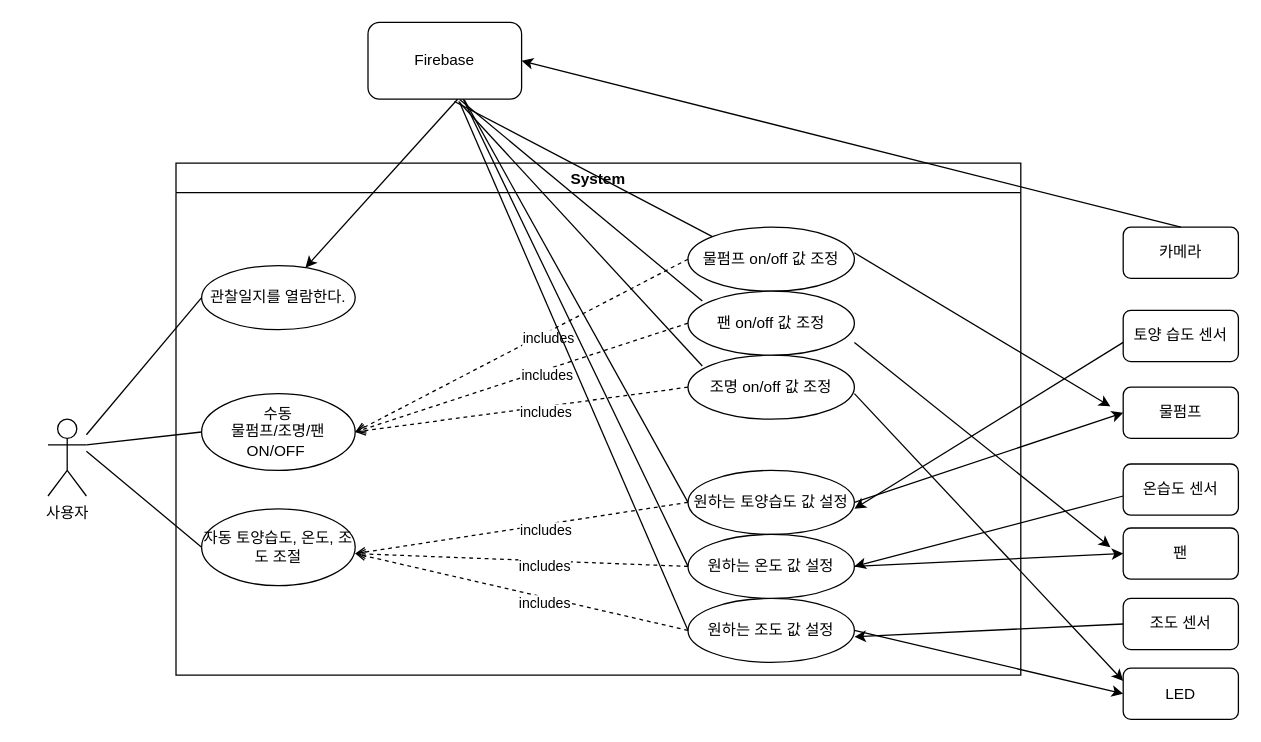
Earlier version of the draw.io diagram 4주차/유스케이스.drawio (sonmyungwon/Software-Development). Source tidied: cells renumbered, new cells numbered last; positions are measured from the earlier drawing's top-left corner, leaving out a move shared by most shapes. Both pictures are drawn from the tidied source at 128%, with x=0, y=0 at pixel (47, 22).
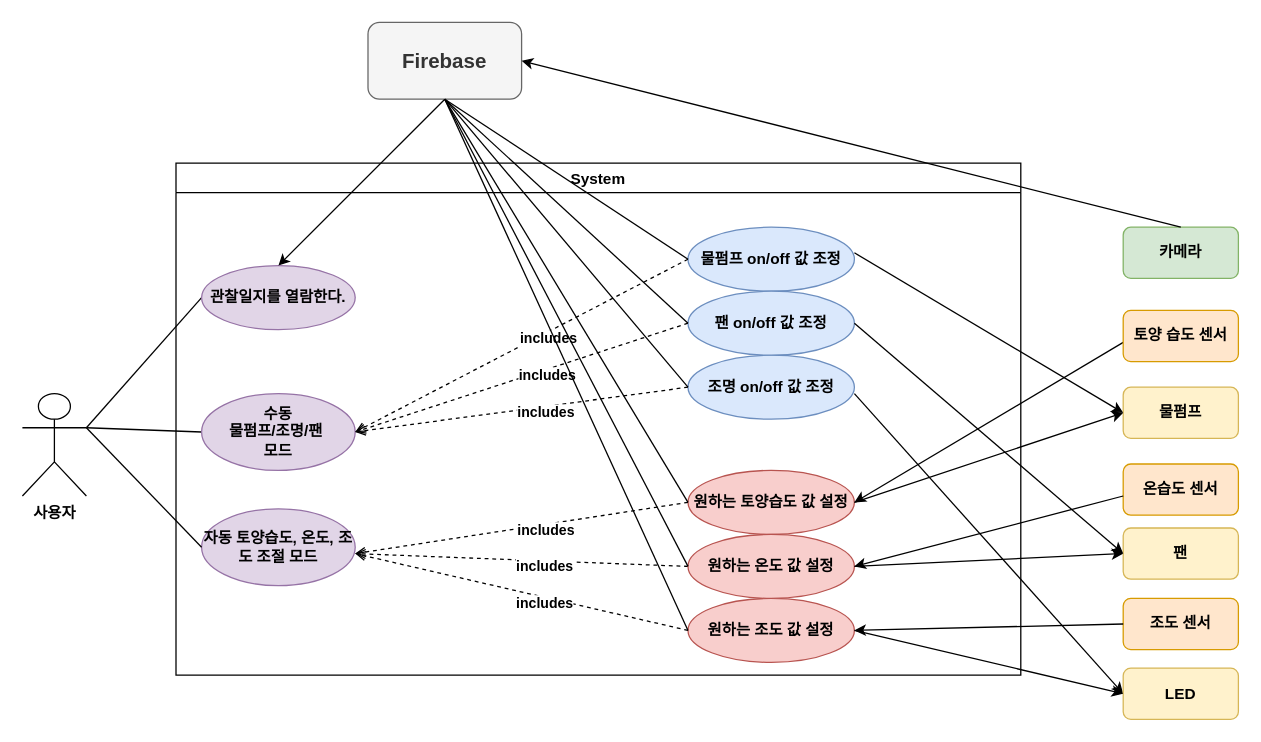
The same diagram, later.

Commit message:
유스케이스.drawio 업데이트

What changed in the source:
```diff
@@
-    <mxCell id="2" value="사용자" style="shape=umlActor;verticalLabelPosition=bottom;verticalAlign=top;html=1;outlineConnect=0;" parent="1" vertex="1">
-      <mxGeometry y="310" width="30" height="60" as="geometry" />
+    <mxCell id="2" value="사용자" style="shape=umlActor;verticalLabelPosition=bottom;verticalAlign=top;html=1;outlineConnect=0;fontStyle=1;" parent="1" vertex="1">
+      <mxGeometry x="-20" y="290" width="50" height="80" as="geometry" />
     </mxCell>
-    <mxCell id="3" value="온습도 센서" style="rounded=1;whiteSpace=wrap;html=1;" parent="1" vertex="1">
+    <mxCell id="3" value="온습도 센서" style="rounded=1;whiteSpace=wrap;html=1;fontStyle=1;fillColor=#ffe6cc;strokeColor=#d79b00;" parent="1" vertex="1">
       <mxGeometry x="840" y="345" width="90" height="40" as="geometry" />
     </mxCell>
-    <mxCell id="4" style="endArrow=none;html=1;rounded=0;entryX=0;entryY=0.5;entryDx=0;entryDy=0;endFill=0;startArrow=none;startFill=0;" parent="1" edge="1" source="2" target="7">
+    <mxCell id="4" style="endArrow=none;html=1;rounded=0;entryX=0;entryY=0.5;entryDx=0;entryDy=0;endFill=0;startArrow=none;startFill=0;exitX=1;exitY=0.3333333333333333;exitDx=0;exitDy=0;exitPerimeter=0;fontStyle=1;" parent="1" edge="1" source="2" target="7">
       <mxGeometry relative="1" as="geometry" />
     </mxCell>
-    <mxCell id="5" style="endArrow=none;html=1;rounded=0;entryX=0;entryY=0.5;entryDx=0;entryDy=0;exitX=1;exitY=0.3333333333333333;exitDx=0;exitDy=0;exitPerimeter=0;startArrow=none;startFill=0;endFill=0;" parent="1" edge="1" source="2" target="11">
+    <mxCell id="5" style="endArrow=none;html=1;rounded=0;entryX=0;entryY=0.5;entryDx=0;entryDy=0;exitX=1;exitY=0.3333333333333333;exitDx=0;exitDy=0;exitPerimeter=0;startArrow=none;startFill=0;endFill=0;fontStyle=1;" parent="1" edge="1" source="2" target="11">
       <mxGeometry relative="1" as="geometry" />
     </mxCell>
-    <mxCell id="6" value="System" style="swimlane;" parent="1" vertex="1">
+    <mxCell id="6" value="System" style="swimlane;fontStyle=1;" parent="1" vertex="1">
       <mxGeometry x="100" y="110" width="660" height="400" as="geometry" />
     </mxCell>
-    <mxCell id="7" value="관찰일지를 열람한다." style="ellipse;whiteSpace=wrap;html=1;" parent="6" vertex="1">
+    <mxCell id="7" value="관찰일지를 열람한다." style="ellipse;whiteSpace=wrap;html=1;fontStyle=1;fillColor=#e1d5e7;strokeColor=#9673a6;" parent="6" vertex="1">
       <mxGeometry x="20" y="80" width="120" height="50" as="geometry" />
     </mxCell>
-    <mxCell id="8" value="물펌프 on/off 값 조정" style="ellipse;whiteSpace=wrap;html=1;" parent="6" vertex="1">
+    <mxCell id="8" value="물펌프 on/off 값 조정" style="ellipse;whiteSpace=wrap;html=1;fontStyle=1;fillColor=#dae8fc;strokeColor=#6c8ebf;" parent="6" vertex="1">
       <mxGeometry x="400" y="50" width="130" height="50" as="geometry" />
     </mxCell>
-    <mxCell id="9" value="조명 on/off 값 조정" style="ellipse;whiteSpace=wrap;html=1;" parent="6" vertex="1">
+    <mxCell id="9" value="조명 on/off 값 조정" style="ellipse;whiteSpace=wrap;html=1;fontStyle=1;fillColor=#dae8fc;strokeColor=#6c8ebf;" parent="6" vertex="1">
       <mxGeometry x="400" y="150" width="130" height="50" as="geometry" />
     </mxCell>
-    <mxCell id="10" value="팬 on/off 값 조정" style="ellipse;whiteSpace=wrap;html=1;" parent="6" vertex="1">
+    <mxCell id="10" value="팬 on/off 값 조정" style="ellipse;whiteSpace=wrap;html=1;fontStyle=1;fillColor=#dae8fc;strokeColor=#6c8ebf;" parent="6" vertex="1">
       <mxGeometry x="400" y="100" width="130" height="50" as="geometry" />
     </mxCell>
-    <mxCell id="11" value="수동&lt;br&gt;물펌프/조명/팬 ON/OFF&amp;nbsp;" style="ellipse;whiteSpace=wrap;html=1;" parent="6" vertex="1">
+    <mxCell id="11" value="수동&lt;br&gt;물펌프/조명/팬&amp;nbsp;&lt;br&gt;모드" style="ellipse;whiteSpace=wrap;html=1;fontStyle=1;fillColor=#e1d5e7;strokeColor=#9673a6;" parent="6" vertex="1">
       <mxGeometry x="20" y="180" width="120" height="60" as="geometry" />
     </mxCell>
-    <mxCell id="12" style="endArrow=open;dashed=1;html=1;rounded=0;entryX=1;entryY=0.5;entryDx=0;entryDy=0;endFill=0;exitX=0;exitY=0.5;exitDx=0;exitDy=0;" parent="6" edge="1" source="10" target="11">
+    <mxCell id="12" style="endArrow=open;dashed=1;html=1;rounded=0;entryX=1;entryY=0.5;entryDx=0;entryDy=0;endFill=0;exitX=0;exitY=0.5;exitDx=0;exitDy=0;fontStyle=1;" parent="6" edge="1" source="10" target="11">
       <mxGeometry relative="1" as="geometry" />
     </mxCell>
-    <mxCell id="13" value="includes" style="edgeLabel;html=1;align=center;verticalAlign=middle;" parent="12" vertex="1">
+    <mxCell id="13" value="includes" style="edgeLabel;html=1;align=center;verticalAlign=middle;fontStyle=1;" parent="12" vertex="1">
       <mxGeometry x="-0.14" y="4" relative="1" as="geometry" />
     </mxCell>
-    <mxCell id="14" style="endArrow=open;dashed=1;html=1;rounded=0;entryX=1;entryY=0.5;entryDx=0;entryDy=0;endFill=0;exitX=0;exitY=0.5;exitDx=0;exitDy=0;" parent="6" edge="1" source="8" target="11">
+    <mxCell id="14" style="endArrow=open;dashed=1;html=1;rounded=0;entryX=1;entryY=0.5;entryDx=0;entryDy=0;endFill=0;exitX=0;exitY=0.5;exitDx=0;exitDy=0;fontStyle=1;" parent="6" edge="1" source="8" target="11">
       <mxGeometry relative="1" as="geometry" />
     </mxCell>
-    <mxCell id="15" value="includes" style="edgeLabel;html=1;align=center;verticalAlign=middle;" parent="14" vertex="1">
+    <mxCell id="15" value="includes" style="edgeLabel;html=1;align=center;verticalAlign=middle;fontStyle=1;" parent="14" vertex="1">
       <mxGeometry x="-0.14" y="4" relative="1" as="geometry" />
     </mxCell>
-    <mxCell id="16" style="endArrow=open;dashed=1;html=1;rounded=0;entryX=1;entryY=0.5;entryDx=0;entryDy=0;endFill=0;exitX=0;exitY=0.5;exitDx=0;exitDy=0;" parent="6" edge="1" source="9" target="11">
+    <mxCell id="16" style="endArrow=open;dashed=1;html=1;rounded=0;entryX=1;entryY=0.5;entryDx=0;entryDy=0;endFill=0;exitX=0;exitY=0.5;exitDx=0;exitDy=0;fontStyle=1;" parent="6" edge="1" source="9" target="11">
       <mxGeometry relative="1" as="geometry" />
     </mxCell>
-    <mxCell id="17" value="includes" style="edgeLabel;html=1;align=center;verticalAlign=middle;" parent="16" vertex="1">
+    <mxCell id="17" value="includes" style="edgeLabel;html=1;align=center;verticalAlign=middle;fontStyle=1;" parent="16" vertex="1">
       <mxGeometry x="-0.14" y="4" relative="1" as="geometry" />
     </mxCell>
-    <mxCell id="18" value="자동 토양습도, 온도, 조도 조절" style="ellipse;whiteSpace=wrap;html=1;" parent="6" vertex="1">
+    <mxCell id="18" value="자동 토양습도, 온도, 조도 조절 모드" style="ellipse;whiteSpace=wrap;html=1;fontStyle=1;fillColor=#e1d5e7;strokeColor=#9673a6;" parent="6" vertex="1">
       <mxGeometry x="20" y="270" width="120" height="60" as="geometry" />
     </mxCell>
-    <mxCell id="19" value="원하는 토양습도 값 설정" style="ellipse;whiteSpace=wrap;html=1;" parent="6" vertex="1">
+    <mxCell id="19" value="원하는 토양습도 값 설정" style="ellipse;whiteSpace=wrap;html=1;fontStyle=1;fillColor=#f8cecc;strokeColor=#b85450;" parent="6" vertex="1">
       <mxGeometry x="400" y="240" width="130" height="50" as="geometry" />
     </mxCell>
-    <mxCell id="20" value="원하는 조도 값 설정" style="ellipse;whiteSpace=wrap;html=1;" parent="6" vertex="1">
+    <mxCell id="20" value="원하는 조도 값 설정" style="ellipse;whiteSpace=wrap;html=1;fontStyle=1;fillColor=#f8cecc;strokeColor=#b85450;" parent="6" vertex="1">
       <mxGeometry x="400" y="340" width="130" height="50" as="geometry" />
     </mxCell>
-    <mxCell id="21" style="endArrow=open;dashed=1;html=1;rounded=0;entryX=1;entryY=0.5;entryDx=0;entryDy=0;endFill=0;exitX=0;exitY=0.5;exitDx=0;exitDy=0;" parent="6" edge="1" source="27">
+    <mxCell id="21" style="endArrow=open;dashed=1;html=1;rounded=0;entryX=1;entryY=0.5;entryDx=0;entryDy=0;endFill=0;exitX=0;exitY=0.5;exitDx=0;exitDy=0;fontStyle=1;" parent="6" edge="1" source="27">
       <mxGeometry relative="1" as="geometry">
         <mxPoint x="140" y="305" as="targetPoint" />
       </mxGeometry>
     </mxCell>
-    <mxCell id="22" value="includes" style="edgeLabel;html=1;align=center;verticalAlign=middle;" parent="21" vertex="1">
+    <mxCell id="22" value="includes" style="edgeLabel;html=1;align=center;verticalAlign=middle;fontStyle=1;" parent="21" vertex="1">
       <mxGeometry x="-0.14" y="4" relative="1" as="geometry" />
     </mxCell>
-    <mxCell id="23" style="endArrow=open;dashed=1;html=1;rounded=0;entryX=1;entryY=0.5;entryDx=0;entryDy=0;endFill=0;exitX=0;exitY=0.5;exitDx=0;exitDy=0;" parent="6" edge="1" source="19">
+    <mxCell id="23" style="endArrow=open;dashed=1;html=1;rounded=0;entryX=1;entryY=0.5;entryDx=0;entryDy=0;endFill=0;exitX=0;exitY=0.5;exitDx=0;exitDy=0;fontStyle=1;" parent="6" edge="1" source="19">
       <mxGeometry relative="1" as="geometry">
         <mxPoint x="140" y="305" as="targetPoint" />
       </mxGeometry>
     </mxCell>
-    <mxCell id="24" value="includes" style="edgeLabel;html=1;align=center;verticalAlign=middle;" parent="23" vertex="1">
+    <mxCell id="24" value="includes" style="edgeLabel;html=1;align=center;verticalAlign=middle;fontStyle=1;" parent="23" vertex="1">
       <mxGeometry x="-0.14" y="4" relative="1" as="geometry" />
     </mxCell>
-    <mxCell id="25" style="endArrow=open;dashed=1;html=1;rounded=0;entryX=1;entryY=0.5;entryDx=0;entryDy=0;endFill=0;exitX=0;exitY=0.5;exitDx=0;exitDy=0;" parent="6" edge="1" source="20">
+    <mxCell id="25" style="endArrow=open;dashed=1;html=1;rounded=0;entryX=1;entryY=0.5;entryDx=0;entryDy=0;endFill=0;exitX=0;exitY=0.5;exitDx=0;exitDy=0;fontStyle=1;" parent="6" edge="1" source="20">
       <mxGeometry relative="1" as="geometry">
         <mxPoint x="140" y="305" as="targetPoint" />
       </mxGeometry>
     </mxCell>
-    <mxCell id="26" value="includes" style="edgeLabel;html=1;align=center;verticalAlign=middle;" parent="25" vertex="1">
+    <mxCell id="26" value="includes" style="edgeLabel;html=1;align=center;verticalAlign=middle;fontStyle=1;" parent="25" vertex="1">
       <mxGeometry x="-0.14" y="4" relative="1" as="geometry" />
     </mxCell>
-    <mxCell id="27" value="원하는 온도 값 설정" style="ellipse;whiteSpace=wrap;html=1;" parent="6" vertex="1">
+    <mxCell id="27" value="원하는 온도 값 설정" style="ellipse;whiteSpace=wrap;html=1;fontStyle=1;fillColor=#f8cecc;strokeColor=#b85450;" parent="6" vertex="1">
       <mxGeometry x="400" y="290" width="130" height="50" as="geometry" />
     </mxCell>
-    <mxCell id="28" style="endArrow=none;html=1;rounded=0;entryX=0;entryY=0.5;entryDx=0;entryDy=0;startArrow=classic;startFill=1;endFill=0;" parent="6" edge="1">
+    <mxCell id="28" style="endArrow=none;html=1;rounded=0;entryX=0;entryY=0.5;entryDx=0;entryDy=0;startArrow=classic;startFill=1;endFill=0;exitX=1;exitY=0.5;exitDx=0;exitDy=0;fontStyle=1;" parent="6" edge="1" source="19">
       <mxGeometry relative="1" as="geometry">
-        <mxPoint x="530" y="270" as="sourcePoint" />
         <mxPoint x="740" y="140" as="targetPoint" />
       </mxGeometry>
     </mxCell>
-    <mxCell id="29" style="endArrow=classic;html=1;rounded=0;exitX=1;exitY=0.5;exitDx=0;exitDy=0;startArrow=none;startFill=0;endFill=1;entryX=0;entryY=0.25;entryDx=0;entryDy=0;" parent="6" edge="1" target="33">
+    <mxCell id="29" style="endArrow=classic;html=1;rounded=0;exitX=1;exitY=0.5;exitDx=0;exitDy=0;startArrow=none;startFill=0;endFill=1;entryX=0;entryY=0.5;entryDx=0;entryDy=0;fontStyle=1;" parent="6" edge="1" target="33">
       <mxGeometry relative="1" as="geometry">
         <mxPoint x="530" y="180" as="sourcePoint" />
       </mxGeometry>
     </mxCell>
-    <mxCell id="30" value="토양 습도 센서" style="rounded=1;whiteSpace=wrap;html=1;" parent="1" vertex="1">
+    <mxCell id="30" value="토양 습도 센서" style="rounded=1;whiteSpace=wrap;html=1;fontStyle=1;fillColor=#ffe6cc;strokeColor=#d79b00;" parent="1" vertex="1">
       <mxGeometry x="840" y="225" width="90" height="40" as="geometry" />
     </mxCell>
-    <mxCell id="31" value="조도 센서" style="rounded=1;whiteSpace=wrap;html=1;" parent="1" vertex="1">
+    <mxCell id="31" value="조도 센서" style="rounded=1;whiteSpace=wrap;html=1;fontStyle=1;fillColor=#ffe6cc;strokeColor=#d79b00;" parent="1" vertex="1">
       <mxGeometry x="840" y="450" width="90" height="40" as="geometry" />
     </mxCell>
-    <mxCell id="32" value="팬" style="rounded=1;whiteSpace=wrap;html=1;" parent="1" vertex="1">
+    <mxCell id="32" value="팬" style="rounded=1;whiteSpace=wrap;html=1;fontStyle=1;fillColor=#fff2cc;strokeColor=#d6b656;" parent="1" vertex="1">
       <mxGeometry x="840" y="395" width="90" height="40" as="geometry" />
     </mxCell>
-    <mxCell id="33" value="LED" style="rounded=1;whiteSpace=wrap;html=1;" parent="1" vertex="1">
+    <mxCell id="33" value="LED" style="rounded=1;whiteSpace=wrap;html=1;fontStyle=1;fillColor=#fff2cc;strokeColor=#d6b656;" parent="1" vertex="1">
       <mxGeometry x="840" y="504.5" width="90" height="40" as="geometry" />
     </mxCell>
-    <mxCell id="34" value="물펌프" style="rounded=1;whiteSpace=wrap;html=1;" parent="1" vertex="1">
+    <mxCell id="34" value="물펌프" style="rounded=1;whiteSpace=wrap;html=1;fontStyle=1;fillColor=#fff2cc;strokeColor=#d6b656;" parent="1" vertex="1">
       <mxGeometry x="840" y="285" width="90" height="40" as="geometry" />
     </mxCell>
-    <mxCell id="35" style="endArrow=classic;html=1;rounded=0;entryX=0;entryY=0.5;entryDx=0;entryDy=0;exitX=1;exitY=0.5;exitDx=0;exitDy=0;startArrow=none;startFill=0;endFill=1;" parent="1" edge="1" source="19" target="34">
+    <mxCell id="35" style="endArrow=classic;html=1;rounded=0;entryX=0;entryY=0.5;entryDx=0;entryDy=0;exitX=1;exitY=0.5;exitDx=0;exitDy=0;startArrow=none;startFill=0;endFill=1;fontStyle=1;" parent="1" edge="1" source="19" target="34">
       <mxGeometry relative="1" as="geometry" />
     </mxCell>
-    <mxCell id="36" style="endArrow=classic;html=1;rounded=0;entryX=0;entryY=0.5;entryDx=0;entryDy=0;exitX=1;exitY=0.5;exitDx=0;exitDy=0;startArrow=none;startFill=0;endFill=1;" parent="1" edge="1" source="27" target="32">
+    <mxCell id="36" style="endArrow=classic;html=1;rounded=0;entryX=0;entryY=0.5;entryDx=0;entryDy=0;exitX=1;exitY=0.5;exitDx=0;exitDy=0;startArrow=none;startFill=0;endFill=1;fontStyle=1;" parent="1" edge="1" source="27" target="32">
       <mxGeometry relative="1" as="geometry" />
     </mxCell>
-    <mxCell id="37" style="endArrow=classic;html=1;rounded=0;entryX=0;entryY=0.5;entryDx=0;entryDy=0;exitX=1;exitY=0.5;exitDx=0;exitDy=0;startArrow=none;startFill=0;endFill=1;" parent="1" edge="1" source="20" target="33">
+    <mxCell id="37" style="endArrow=classic;html=1;rounded=0;entryX=0;entryY=0.5;entryDx=0;entryDy=0;exitX=1;exitY=0.5;exitDx=0;exitDy=0;startArrow=none;startFill=0;endFill=1;fontStyle=1;" parent="1" edge="1" source="20" target="33">
       <mxGeometry relative="1" as="geometry" />
     </mxCell>
-    <mxCell id="38" value="Firebase" style="rounded=1;whiteSpace=wrap;html=1;" parent="1" vertex="1">
+    <mxCell id="38" value="&lt;font style=&quot;font-size: 16px;&quot;&gt;Firebase&lt;/font&gt;" style="rounded=1;whiteSpace=wrap;html=1;fontStyle=1;fillColor=#f5f5f5;fontColor=#333333;strokeColor=#666666;" parent="1" vertex="1">
       <mxGeometry x="250" width="120" height="60" as="geometry" />
     </mxCell>
-    <mxCell id="39" style="endArrow=classic;html=1;rounded=0;" parent="1" edge="1" target="7">
-      <mxGeometry relative="1" as="geometry">
-        <mxPoint x="320" y="60" as="sourcePoint" />
-      </mxGeometry>
+    <mxCell id="39" style="endArrow=classic;html=1;rounded=0;exitX=0.5;exitY=1;exitDx=0;exitDy=0;entryX=0.5;entryY=0;entryDx=0;entryDy=0;fontStyle=1;" parent="1" edge="1" source="38" target="7">
+      <mxGeometry relative="1" as="geometry" />
     </mxCell>
-    <mxCell id="40" style="endArrow=none;html=1;rounded=0;entryX=0;entryY=0.5;entryDx=0;entryDy=0;exitX=1;exitY=0.3333333333333333;exitDx=0;exitDy=0;exitPerimeter=0;startArrow=none;startFill=0;endFill=0;" parent="1" edge="1" target="18">
-      <mxGeometry relative="1" as="geometry">
-        <mxPoint x="30" y="335" as="sourcePoint" />
-      </mxGeometry>
+    <mxCell id="40" style="endArrow=none;html=1;rounded=0;entryX=0;entryY=0.5;entryDx=0;entryDy=0;startArrow=none;startFill=0;endFill=0;exitX=1;exitY=0.3333333333333333;exitDx=0;exitDy=0;exitPerimeter=0;fontStyle=1;" parent="1" edge="1" source="2" target="18">
+      <mxGeometry relative="1" as="geometry" />
     </mxCell>
-    <mxCell id="41" style="endArrow=none;html=1;rounded=0;entryX=0.627;entryY=1.008;entryDx=0;entryDy=0;exitX=0;exitY=0.5;exitDx=0;exitDy=0;entryPerimeter=0;" parent="1" edge="1" source="19" target="38">
+    <mxCell id="41" style="endArrow=none;html=1;rounded=0;entryX=0.5;entryY=1;entryDx=0;entryDy=0;exitX=0;exitY=0.5;exitDx=0;exitDy=0;fontStyle=1;" parent="1" edge="1" source="19" target="38">
       <mxGeometry relative="1" as="geometry" />
     </mxCell>
-    <mxCell id="42" style="endArrow=none;html=1;rounded=0;exitX=0;exitY=0.5;exitDx=0;exitDy=0;" parent="1" edge="1" source="27" target="38">
+    <mxCell id="42" style="endArrow=none;html=1;rounded=0;exitX=0;exitY=0.5;exitDx=0;exitDy=0;entryX=0.5;entryY=1;entryDx=0;entryDy=0;fontStyle=1;" parent="1" edge="1" source="27" target="38">
       <mxGeometry relative="1" as="geometry" />
     </mxCell>
-    <mxCell id="43" style="endArrow=none;html=1;rounded=0;entryX=0.596;entryY=1.039;entryDx=0;entryDy=0;exitX=0;exitY=0.5;exitDx=0;exitDy=0;entryPerimeter=0;" parent="1" edge="1" source="20" target="38">
+    <mxCell id="43" style="endArrow=none;html=1;rounded=0;entryX=0.5;entryY=1;entryDx=0;entryDy=0;exitX=0;exitY=0.5;exitDx=0;exitDy=0;fontStyle=1;" parent="1" edge="1" source="20" target="38">
       <mxGeometry relative="1" as="geometry" />
     </mxCell>
-    <mxCell id="44" style="endArrow=none;html=1;rounded=0;entryX=0;entryY=0.5;entryDx=0;entryDy=0;startArrow=classic;startFill=1;endFill=0;" parent="1" edge="1" target="31">
-      <mxGeometry relative="1" as="geometry">
-        <mxPoint x="630" y="480" as="sourcePoint" />
-      </mxGeometry>
+    <mxCell id="44" style="endArrow=none;html=1;rounded=0;entryX=0;entryY=0.5;entryDx=0;entryDy=0;startArrow=classic;startFill=1;endFill=0;exitX=1;exitY=0.5;exitDx=0;exitDy=0;fontStyle=1;" parent="1" edge="1" source="20" target="31">
+      <mxGeometry relative="1" as="geometry" />
     </mxCell>
-    <mxCell id="45" style="endArrow=none;html=1;rounded=0;entryX=0;entryY=0.5;entryDx=0;entryDy=0;startArrow=classic;startFill=1;endFill=0;exitX=1;exitY=0.5;exitDx=0;exitDy=0;" parent="1" edge="1" source="27">
+    <mxCell id="45" style="endArrow=none;html=1;rounded=0;entryX=0;entryY=0.5;entryDx=0;entryDy=0;startArrow=classic;startFill=1;endFill=0;exitX=1;exitY=0.5;exitDx=0;exitDy=0;fontStyle=1;" parent="1" edge="1" source="27">
       <mxGeometry relative="1" as="geometry">
         <mxPoint x="840" y="370" as="targetPoint" />
       </mxGeometry>
     </mxCell>
-    <mxCell id="46" value="카메라" style="rounded=1;whiteSpace=wrap;html=1;" parent="1" vertex="1">
+    <mxCell id="46" value="카메라" style="rounded=1;whiteSpace=wrap;html=1;fontStyle=1;fillColor=#d5e8d4;strokeColor=#82b366;" parent="1" vertex="1">
       <mxGeometry x="840" y="160" width="90" height="40" as="geometry" />
     </mxCell>
-    <mxCell id="47" style="endArrow=classic;html=1;rounded=0;entryX=1;entryY=0.5;entryDx=0;entryDy=0;exitX=0.5;exitY=0;exitDx=0;exitDy=0;" parent="1" edge="1" source="46" target="38">
+    <mxCell id="47" style="endArrow=classic;html=1;rounded=0;entryX=1;entryY=0.5;entryDx=0;entryDy=0;exitX=0.5;exitY=0;exitDx=0;exitDy=0;fontStyle=1;" parent="1" edge="1" source="46" target="38">
       <mxGeometry relative="1" as="geometry" />
     </mxCell>
-    <mxCell id="48" style="endArrow=none;html=1;rounded=0;entryX=0.597;entryY=1.003;entryDx=0;entryDy=0;exitX=0.086;exitY=0.153;exitDx=0;exitDy=0;exitPerimeter=0;entryPerimeter=0;" parent="1" edge="1" source="10" target="38">
-      <mxGeometry relative="1" as="geometry" />
+    <mxCell id="48" style="endArrow=none;html=1;rounded=0;entryX=0.5;entryY=1;entryDx=0;entryDy=0;fontStyle=1;" parent="1" edge="1" target="38">
+      <mxGeometry relative="1" as="geometry">
+        <mxPoint x="500" y="235" as="sourcePoint" />
+      </mxGeometry>
     </mxCell>
-    <mxCell id="49" style="endArrow=none;html=1;rounded=0;exitX=0.086;exitY=0.169;exitDx=0;exitDy=0;exitPerimeter=0;entryX=0.59;entryY=1.03;entryDx=0;entryDy=0;entryPerimeter=0;" parent="1" edge="1" source="9" target="38">
-      <mxGeometry relative="1" as="geometry" />
+    <mxCell id="49" style="endArrow=none;html=1;rounded=0;exitX=0;exitY=0.5;exitDx=0;exitDy=0;fontStyle=1;" parent="1" edge="1" source="9">
+      <mxGeometry relative="1" as="geometry">
+        <mxPoint x="310" y="60" as="targetPoint" />
+      </mxGeometry>
     </mxCell>
-    <mxCell id="50" style="endArrow=classic;html=1;rounded=0;exitX=1;exitY=0.5;exitDx=0;exitDy=0;startArrow=none;startFill=0;endFill=1;" parent="1" edge="1">
+    <mxCell id="50" style="endArrow=classic;html=1;rounded=0;exitX=1;exitY=0.5;exitDx=0;exitDy=0;startArrow=none;startFill=0;endFill=1;entryX=0;entryY=0.5;entryDx=0;entryDy=0;fontStyle=1;" parent="1" edge="1" target="34">
       <mxGeometry relative="1" as="geometry">
         <mxPoint x="630" y="180" as="sourcePoint" />
-        <mxPoint x="830" y="300" as="targetPoint" />
       </mxGeometry>
     </mxCell>
-    <mxCell id="51" style="endArrow=classic;html=1;rounded=0;exitX=1;exitY=0.5;exitDx=0;exitDy=0;startArrow=none;startFill=0;endFill=1;" parent="1" edge="1">
-      <mxGeometry relative="1" as="geometry">
-        <mxPoint x="630" y="250" as="sourcePoint" />
-        <mxPoint x="830" y="410" as="targetPoint" />
-      </mxGeometry>
+    <mxCell id="51" style="endArrow=classic;html=1;rounded=0;exitX=1;exitY=0.5;exitDx=0;exitDy=0;startArrow=none;startFill=0;endFill=1;entryX=0;entryY=0.5;entryDx=0;entryDy=0;fontStyle=1;" parent="1" edge="1" source="10" target="32">
+      <mxGeometry relative="1" as="geometry" />
     </mxCell>
-    <mxCell id="52" style="endArrow=none;html=1;rounded=0;entryX=0.563;entryY=1.03;entryDx=0;entryDy=0;exitX=0;exitY=0;exitDx=0;exitDy=0;entryPerimeter=0;" parent="1" edge="1" source="8" target="38">
+    <mxCell id="52" style="endArrow=none;html=1;rounded=0;exitX=0;exitY=0.5;exitDx=0;exitDy=0;entryX=0.5;entryY=1;entryDx=0;entryDy=0;fontStyle=1;" parent="1" edge="1" source="8" target="38">
       <mxGeometry relative="1" as="geometry" />
     </mxCell>
```
